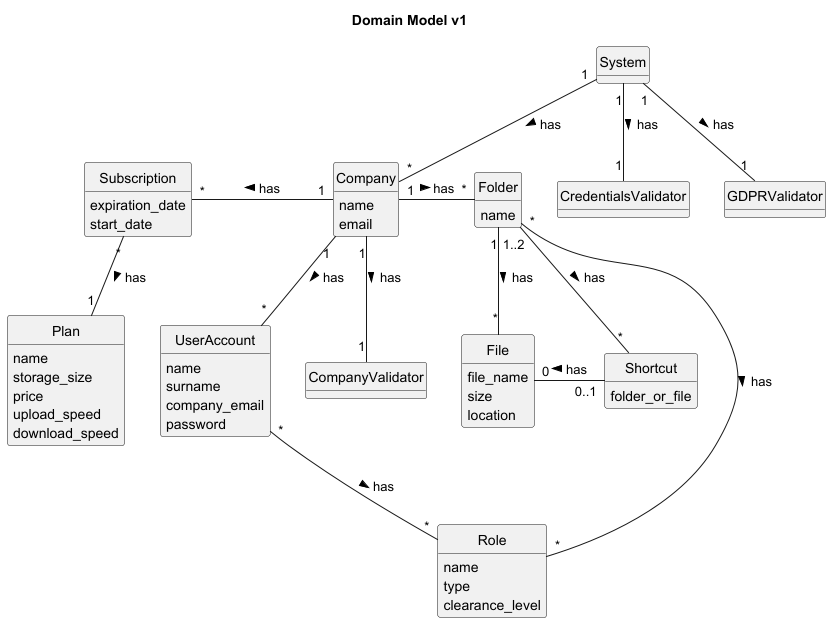
The PlantUML diagram sys2024/docs/UML/Domainmodels/FirstIteration-Domain_Model_v2.png in SirRolin/SYS2024, before a commit.
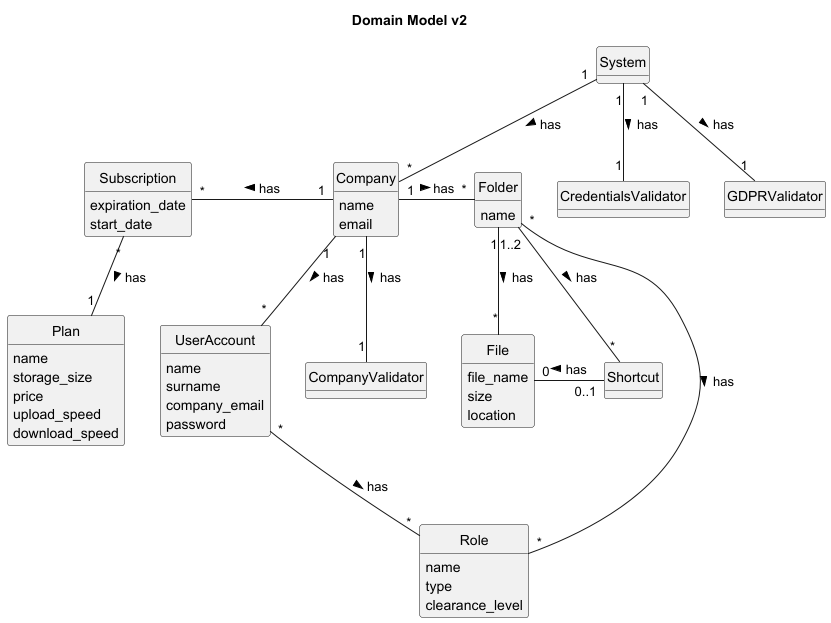
After the change.

Commit message:
version update af domain model

Change to the diagram source:
```diff
@@ -1,5 +1,5 @@
 @startuml
-Title Domain Model v1
+Title Domain Model v2
 hide circle
 hide methods
 
@@ -55,7 +55,7 @@
 }
 
 class Shortcut {
-    folder_or_file
+
 }
 
 Company "1" -left- "*" Subscription: has >
```
